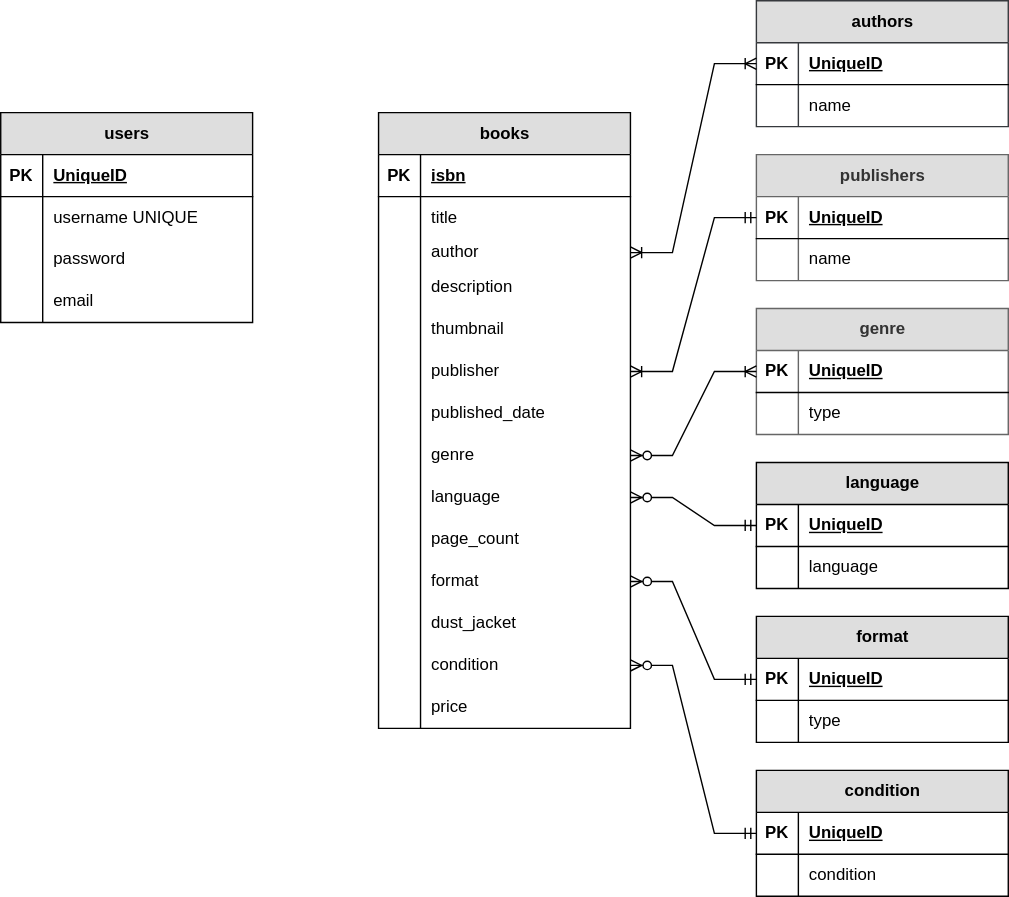
This is docs/book_worm_er_diagram.drawio.svg from salvadormassa/book-worm, a draw.io export, as it was before one commit. Source tidied: cells renumbered, new cells last; positions are measured from the earlier drawing's top-left corner, leaving out a move shared by most shapes.
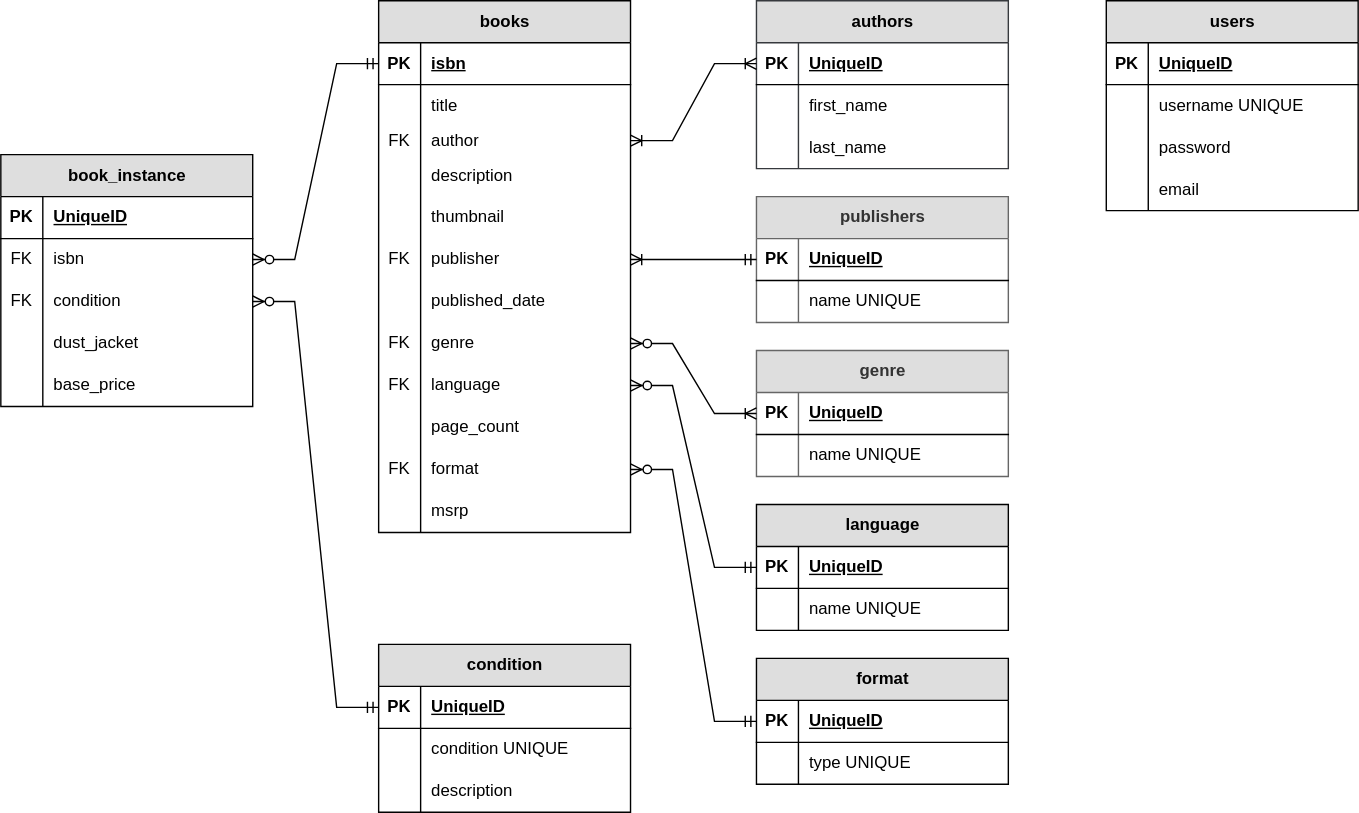
After the commit.

Change to the diagram source:
```diff
@@ -5,3 +5,3 @@
     <mxCell id="2" value="books" style="shape=table;startSize=30;rowLines=0;fontStyle=1;align=center;html=1;fillColor=#DEDEDE;" parent="1" vertex="1">
-      <mxGeometry x="270" y="80" width="180" height="440" as="geometry" />
+      <mxGeometry x="270" y="-30" width="180" height="380" as="geometry" />
     </mxCell>
@@ -28,3 +28,3 @@
     </mxCell>
-    <mxCell id="10" style="shape=partialRectangle;fillColor=none;top=0;left=0;bottom=0;right=0;overflow=hidden;whiteSpace=wrap;html=1;" parent="9" vertex="1">
+    <mxCell id="10" value="FK" style="shape=partialRectangle;fillColor=none;top=0;left=0;bottom=0;right=0;overflow=hidden;whiteSpace=wrap;html=1;" parent="9" vertex="1">
       <mxGeometry width="30" height="20" as="geometry" />
@@ -55,3 +55,3 @@
     </mxCell>
-    <mxCell id="19" style="shape=partialRectangle;fillColor=none;top=0;left=0;bottom=0;right=0;overflow=hidden;whiteSpace=wrap;html=1;" parent="18" vertex="1">
+    <mxCell id="19" value="FK" style="shape=partialRectangle;fillColor=none;top=0;left=0;bottom=0;right=0;overflow=hidden;whiteSpace=wrap;html=1;" parent="18" vertex="1">
       <mxGeometry width="30" height="30" as="geometry" />
@@ -73,3 +73,3 @@
     </mxCell>
-    <mxCell id="25" style="shape=partialRectangle;fillColor=none;top=0;left=0;bottom=0;right=0;overflow=hidden;whiteSpace=wrap;html=1;" parent="24" vertex="1">
+    <mxCell id="25" value="FK" style="shape=partialRectangle;fillColor=none;top=0;left=0;bottom=0;right=0;overflow=hidden;whiteSpace=wrap;html=1;" parent="24" vertex="1">
       <mxGeometry width="30" height="30" as="geometry" />
@@ -82,3 +82,3 @@
     </mxCell>
-    <mxCell id="28" style="shape=partialRectangle;fillColor=none;top=0;left=0;bottom=0;right=0;overflow=hidden;whiteSpace=wrap;html=1;" parent="27" vertex="1">
+    <mxCell id="28" value="FK" style="shape=partialRectangle;fillColor=none;top=0;left=0;bottom=0;right=0;overflow=hidden;whiteSpace=wrap;html=1;" parent="27" vertex="1">
       <mxGeometry width="30" height="30" as="geometry" />
@@ -100,3 +100,3 @@
     </mxCell>
-    <mxCell id="34" style="shape=partialRectangle;fillColor=none;top=0;left=0;bottom=0;right=0;overflow=hidden;whiteSpace=wrap;html=1;" parent="33" vertex="1">
+    <mxCell id="34" value="FK" style="shape=partialRectangle;fillColor=none;top=0;left=0;bottom=0;right=0;overflow=hidden;whiteSpace=wrap;html=1;" parent="33" vertex="1">
       <mxGeometry width="30" height="30" as="geometry" />
@@ -106,22 +106,4 @@
     </mxCell>
-    <mxCell id="36" style="shape=tableRow;horizontal=0;startSize=0;swimlaneHead=0;swimlaneBody=0;fillColor=none;top=0;left=0;right=0;bottom=0;" parent="2" vertex="1">
-      <mxGeometry y="350" width="180" height="30" as="geometry" />
-    </mxCell>
-    <mxCell id="37" style="shape=partialRectangle;fillColor=none;top=0;left=0;bottom=0;right=0;overflow=hidden;whiteSpace=wrap;html=1;" parent="36" vertex="1">
-      <mxGeometry width="30" height="30" as="geometry" />
-    </mxCell>
-    <mxCell id="38" value="dust_jacket" style="shape=partialRectangle;fillColor=none;top=0;left=0;bottom=0;right=0;align=left;spacingLeft=6;overflow=hidden;whiteSpace=wrap;html=1;" parent="36" vertex="1">
-      <mxGeometry x="30" width="150" height="30" as="geometry" />
-    </mxCell>
-    <mxCell id="39" style="shape=tableRow;horizontal=0;startSize=0;swimlaneHead=0;swimlaneBody=0;fillColor=none;points=[[0,0.5],[1,0.5]];portConstraint=eastwest;top=0;left=0;right=0;bottom=0;" parent="2" vertex="1">
-      <mxGeometry y="380" width="180" height="30" as="geometry" />
-    </mxCell>
-    <mxCell id="40" style="shape=partialRectangle;fillColor=none;top=0;left=0;bottom=0;right=0;overflow=hidden;whiteSpace=wrap;html=1;" parent="39" vertex="1">
-      <mxGeometry width="30" height="30" as="geometry" />
-    </mxCell>
-    <mxCell id="41" value="condition" style="shape=partialRectangle;fillColor=none;top=0;left=0;bottom=0;right=0;align=left;spacingLeft=6;overflow=hidden;whiteSpace=wrap;html=1;" parent="39" vertex="1">
-      <mxGeometry x="30" width="150" height="30" as="geometry" />
-    </mxCell>
     <mxCell id="42" style="shape=tableRow;horizontal=0;startSize=0;swimlaneHead=0;swimlaneBody=0;fillColor=none;top=0;left=0;right=0;bottom=0;" parent="2" vertex="1">
-      <mxGeometry y="410" width="180" height="30" as="geometry" />
+      <mxGeometry y="350" width="180" height="30" as="geometry" />
     </mxCell>
@@ -130,3 +112,3 @@
     </mxCell>
-    <mxCell id="44" value="price" style="shape=partialRectangle;fillColor=none;top=0;left=0;bottom=0;right=0;align=left;spacingLeft=6;overflow=hidden;whiteSpace=wrap;html=1;" parent="42" vertex="1">
+    <mxCell id="44" value="msrp" style="shape=partialRectangle;fillColor=none;top=0;left=0;bottom=0;right=0;align=left;spacingLeft=6;overflow=hidden;whiteSpace=wrap;html=1;" parent="42" vertex="1">
       <mxGeometry x="30" width="150" height="30" as="geometry" />
@@ -134,3 +116,3 @@
     <mxCell id="45" value="authors" style="shape=table;startSize=30;rowLines=0;fontStyle=1;align=center;html=1;fillColor=#DEDEDE;strokeColor=#36393d;" parent="1" vertex="1">
-      <mxGeometry x="540" width="180" height="90" as="geometry" />
+      <mxGeometry x="540" y="-30" width="180" height="120" as="geometry" />
     </mxCell>
@@ -151,7 +133,16 @@
     </mxCell>
-    <mxCell id="51" value="name" style="shape=partialRectangle;fillColor=none;top=0;left=0;bottom=0;right=0;align=left;spacingLeft=6;overflow=hidden;whiteSpace=wrap;html=1;" parent="49" vertex="1">
+    <mxCell id="51" value="first_name" style="shape=partialRectangle;fillColor=none;top=0;left=0;bottom=0;right=0;align=left;spacingLeft=6;overflow=hidden;whiteSpace=wrap;html=1;" parent="49" vertex="1">
       <mxGeometry x="30" width="150" height="30" as="geometry" />
     </mxCell>
+    <mxCell id="106" style="shape=tableRow;horizontal=0;startSize=0;swimlaneHead=0;swimlaneBody=0;fillColor=none;top=0;left=0;right=0;bottom=0;" parent="45" vertex="1">
+      <mxGeometry y="90" width="180" height="30" as="geometry" />
+    </mxCell>
+    <mxCell id="107" style="shape=partialRectangle;fillColor=none;top=0;left=0;bottom=0;right=0;overflow=hidden;whiteSpace=wrap;html=1;" parent="106" vertex="1">
+      <mxGeometry width="30" height="30" as="geometry" />
+    </mxCell>
+    <mxCell id="108" value="last_name" style="shape=partialRectangle;fillColor=none;top=0;left=0;bottom=0;right=0;align=left;spacingLeft=6;overflow=hidden;whiteSpace=wrap;html=1;" parent="106" vertex="1">
+      <mxGeometry x="30" width="150" height="30" as="geometry" />
+    </mxCell>
     <mxCell id="52" value="users" style="shape=table;startSize=30;rowLines=0;fontStyle=1;align=center;html=1;fillColor=#DEDEDE;" parent="1" vertex="1">
-      <mxGeometry y="80" width="180" height="150" as="geometry" />
+      <mxGeometry x="790" y="-30" width="180" height="150" as="geometry" />
     </mxCell>
@@ -211,3 +202,3 @@
     </mxCell>
-    <mxCell id="71" value="name" style="shape=partialRectangle;fillColor=none;top=0;left=0;bottom=0;right=0;align=left;spacingLeft=6;overflow=hidden;whiteSpace=wrap;html=1;" parent="69" vertex="1">
+    <mxCell id="71" value="name UNIQUE" style="shape=partialRectangle;fillColor=none;top=0;left=0;bottom=0;right=0;align=left;spacingLeft=6;overflow=hidden;whiteSpace=wrap;html=1;" parent="69" vertex="1">
       <mxGeometry x="30" width="150" height="30" as="geometry" />
@@ -232,3 +223,3 @@
     </mxCell>
-    <mxCell id="78" value="type" style="shape=partialRectangle;fillColor=none;top=0;left=0;bottom=0;right=0;align=left;spacingLeft=6;overflow=hidden;whiteSpace=wrap;html=1;" parent="76" vertex="1">
+    <mxCell id="78" value="name UNIQUE" style="shape=partialRectangle;fillColor=none;top=0;left=0;bottom=0;right=0;align=left;spacingLeft=6;overflow=hidden;whiteSpace=wrap;html=1;" parent="76" vertex="1">
       <mxGeometry x="30" width="150" height="30" as="geometry" />
@@ -253,3 +244,3 @@
     </mxCell>
-    <mxCell id="85" value="language" style="shape=partialRectangle;fillColor=none;top=0;left=0;bottom=0;right=0;align=left;spacingLeft=6;overflow=hidden;whiteSpace=wrap;html=1;" parent="83" vertex="1">
+    <mxCell id="85" value="name UNIQUE" style="shape=partialRectangle;fillColor=none;top=0;left=0;bottom=0;right=0;align=left;spacingLeft=6;overflow=hidden;whiteSpace=wrap;html=1;" parent="83" vertex="1">
       <mxGeometry x="30" width="150" height="30" as="geometry" />
@@ -274,3 +265,3 @@
     </mxCell>
-    <mxCell id="92" value="type" style="shape=partialRectangle;fillColor=none;top=0;left=0;bottom=0;right=0;align=left;spacingLeft=6;overflow=hidden;whiteSpace=wrap;html=1;" parent="90" vertex="1">
+    <mxCell id="92" value="type UNIQUE" style="shape=partialRectangle;fillColor=none;top=0;left=0;bottom=0;right=0;align=left;spacingLeft=6;overflow=hidden;whiteSpace=wrap;html=1;" parent="90" vertex="1">
       <mxGeometry x="30" width="150" height="30" as="geometry" />
@@ -278,3 +269,3 @@
     <mxCell id="93" value="condition" style="shape=table;startSize=30;rowLines=0;fontStyle=1;align=center;html=1;fillColor=#DEDEDE;" parent="1" vertex="1">
-      <mxGeometry x="540" y="550" width="180" height="90" as="geometry" />
+      <mxGeometry x="270" y="430" width="180" height="120" as="geometry" />
     </mxCell>
@@ -295,5 +286,14 @@
     </mxCell>
-    <mxCell id="99" value="condition" style="shape=partialRectangle;fillColor=none;top=0;left=0;bottom=0;right=0;align=left;spacingLeft=6;overflow=hidden;whiteSpace=wrap;html=1;" parent="97" vertex="1">
+    <mxCell id="99" value="condition UNIQUE" style="shape=partialRectangle;fillColor=none;top=0;left=0;bottom=0;right=0;align=left;spacingLeft=6;overflow=hidden;whiteSpace=wrap;html=1;" parent="97" vertex="1">
       <mxGeometry x="30" width="150" height="30" as="geometry" />
     </mxCell>
+    <mxCell id="109" style="shape=tableRow;horizontal=0;startSize=0;swimlaneHead=0;swimlaneBody=0;fillColor=none;top=0;left=0;right=0;bottom=0;" parent="93" vertex="1">
+      <mxGeometry y="90" width="180" height="30" as="geometry" />
+    </mxCell>
+    <mxCell id="110" style="shape=partialRectangle;fillColor=none;top=0;left=0;bottom=0;right=0;overflow=hidden;whiteSpace=wrap;html=1;" parent="109" vertex="1">
+      <mxGeometry width="30" height="30" as="geometry" />
+    </mxCell>
+    <mxCell id="111" value="description" style="shape=partialRectangle;fillColor=none;top=0;left=0;bottom=0;right=0;align=left;spacingLeft=6;overflow=hidden;whiteSpace=wrap;html=1;" parent="109" vertex="1">
+      <mxGeometry x="30" width="150" height="30" as="geometry" />
+    </mxCell>
     <mxCell id="100" style="edgeStyle=entityRelationEdgeStyle;fontSize=12;html=1;endArrow=ERoneToMany;startArrow=ERoneToMany;rounded=0;entryX=0;entryY=0.5;entryDx=0;entryDy=0;exitX=1;exitY=0.5;exitDx=0;exitDy=0;" parent="1" edge="1" source="9" target="46">
@@ -314,3 +314,3 @@
     </mxCell>
-    <mxCell id="104" style="edgeStyle=entityRelationEdgeStyle;fontSize=12;html=1;endArrow=ERzeroToMany;startArrow=ERmandOne;rounded=0;exitX=0;exitY=0.5;exitDx=0;exitDy=0;" parent="1" edge="1" source="94" target="39">
+    <mxCell id="104" style="edgeStyle=entityRelationEdgeStyle;fontSize=12;html=1;endArrow=ERzeroToMany;startArrow=ERmandOne;rounded=0;exitX=0;exitY=0.5;exitDx=0;exitDy=0;entryX=1;entryY=0.5;entryDx=0;entryDy=0;" parent="1" edge="1" source="94" target="119">
       <mxGeometry relative="1" as="geometry">
@@ -324,2 +324,53 @@
     </mxCell>
+    <mxCell id="112" value="book_instance" style="shape=table;startSize=30;rowLines=0;fontStyle=1;align=center;html=1;fillColor=#DEDEDE;" parent="1" vertex="1">
+      <mxGeometry y="80" width="180" height="180" as="geometry" />
+    </mxCell>
+    <mxCell id="113" style="shape=tableRow;horizontal=0;startSize=0;swimlaneHead=0;swimlaneBody=0;fillColor=none;top=0;left=0;right=0;bottom=1;" parent="112" vertex="1">
+      <mxGeometry y="30" width="180" height="30" as="geometry" />
+    </mxCell>
+    <mxCell id="114" value="PK" style="shape=partialRectangle;fillColor=none;top=0;left=0;bottom=0;right=0;fontStyle=1;overflow=hidden;whiteSpace=wrap;html=1;" parent="113" vertex="1">
+      <mxGeometry width="30" height="30" as="geometry" />
+    </mxCell>
+    <mxCell id="115" value="UniqueID" style="shape=partialRectangle;fillColor=none;top=0;left=0;bottom=0;right=0;align=left;spacingLeft=6;fontStyle=5;overflow=hidden;whiteSpace=wrap;html=1;" parent="113" vertex="1">
+      <mxGeometry x="30" width="150" height="30" as="geometry" />
+    </mxCell>
+    <mxCell id="116" style="shape=tableRow;horizontal=0;startSize=0;swimlaneHead=0;swimlaneBody=0;fillColor=none;points=[[0,0.5],[1,0.5]];portConstraint=eastwest;top=0;left=0;right=0;bottom=0;" parent="112" vertex="1">
+      <mxGeometry y="60" width="180" height="30" as="geometry" />
+    </mxCell>
+    <mxCell id="117" value="FK" style="shape=partialRectangle;fillColor=none;top=0;left=0;bottom=0;right=0;overflow=hidden;whiteSpace=wrap;html=1;" parent="116" vertex="1">
+      <mxGeometry width="30" height="30" as="geometry" />
+    </mxCell>
+    <mxCell id="118" value="isbn" style="shape=partialRectangle;fillColor=none;top=0;left=0;bottom=0;right=0;align=left;spacingLeft=6;overflow=hidden;whiteSpace=wrap;html=1;" parent="116" vertex="1">
+      <mxGeometry x="30" width="150" height="30" as="geometry" />
+    </mxCell>
+    <mxCell id="119" style="shape=tableRow;horizontal=0;startSize=0;swimlaneHead=0;swimlaneBody=0;fillColor=none;points=[[0,0.5],[1,0.5]];portConstraint=eastwest;top=0;left=0;right=0;bottom=0;" parent="112" vertex="1">
+      <mxGeometry y="90" width="180" height="30" as="geometry" />
+    </mxCell>
+    <mxCell id="120" value="FK" style="shape=partialRectangle;fillColor=none;top=0;left=0;bottom=0;right=0;overflow=hidden;whiteSpace=wrap;html=1;" parent="119" vertex="1">
+      <mxGeometry width="30" height="30" as="geometry" />
+    </mxCell>
+    <mxCell id="41" value="condition" style="shape=partialRectangle;fillColor=none;top=0;left=0;bottom=0;right=0;align=left;spacingLeft=6;overflow=hidden;whiteSpace=wrap;html=1;" parent="119" vertex="1">
+      <mxGeometry x="30" width="150" height="30" as="geometry" />
+    </mxCell>
+    <mxCell id="121" style="shape=tableRow;horizontal=0;startSize=0;swimlaneHead=0;swimlaneBody=0;fillColor=none;top=0;left=0;right=0;bottom=0;" parent="112" vertex="1">
+      <mxGeometry y="120" width="180" height="30" as="geometry" />
+    </mxCell>
+    <mxCell id="122" style="shape=partialRectangle;fillColor=none;top=0;left=0;bottom=0;right=0;overflow=hidden;whiteSpace=wrap;html=1;" parent="121" vertex="1">
+      <mxGeometry width="30" height="30" as="geometry" />
+    </mxCell>
+    <mxCell id="38" value="dust_jacket" style="shape=partialRectangle;fillColor=none;top=0;left=0;bottom=0;right=0;align=left;spacingLeft=6;overflow=hidden;whiteSpace=wrap;html=1;" parent="121" vertex="1">
+      <mxGeometry x="30" width="150" height="30" as="geometry" />
+    </mxCell>
+    <mxCell id="123" style="shape=tableRow;horizontal=0;startSize=0;swimlaneHead=0;swimlaneBody=0;fillColor=none;top=0;left=0;right=0;bottom=0;" parent="112" vertex="1">
+      <mxGeometry y="150" width="180" height="30" as="geometry" />
+    </mxCell>
+    <mxCell id="124" style="shape=partialRectangle;fillColor=none;top=0;left=0;bottom=0;right=0;overflow=hidden;whiteSpace=wrap;html=1;" parent="123" vertex="1">
+      <mxGeometry width="30" height="30" as="geometry" />
+    </mxCell>
+    <mxCell id="125" value="base_price" style="shape=partialRectangle;fillColor=none;top=0;left=0;bottom=0;right=0;align=left;spacingLeft=6;overflow=hidden;whiteSpace=wrap;html=1;" parent="123" vertex="1">
+      <mxGeometry x="30" width="150" height="30" as="geometry" />
+    </mxCell>
+    <mxCell id="126" style="edgeStyle=entityRelationEdgeStyle;fontSize=12;html=1;endArrow=ERzeroToMany;startArrow=ERmandOne;rounded=0;entryX=1;entryY=0.5;entryDx=0;entryDy=0;exitX=0;exitY=0.5;exitDx=0;exitDy=0;" parent="1" edge="1" source="3" target="116">
+      <mxGeometry relative="1" as="geometry" />
+    </mxCell>
   </root>
```
